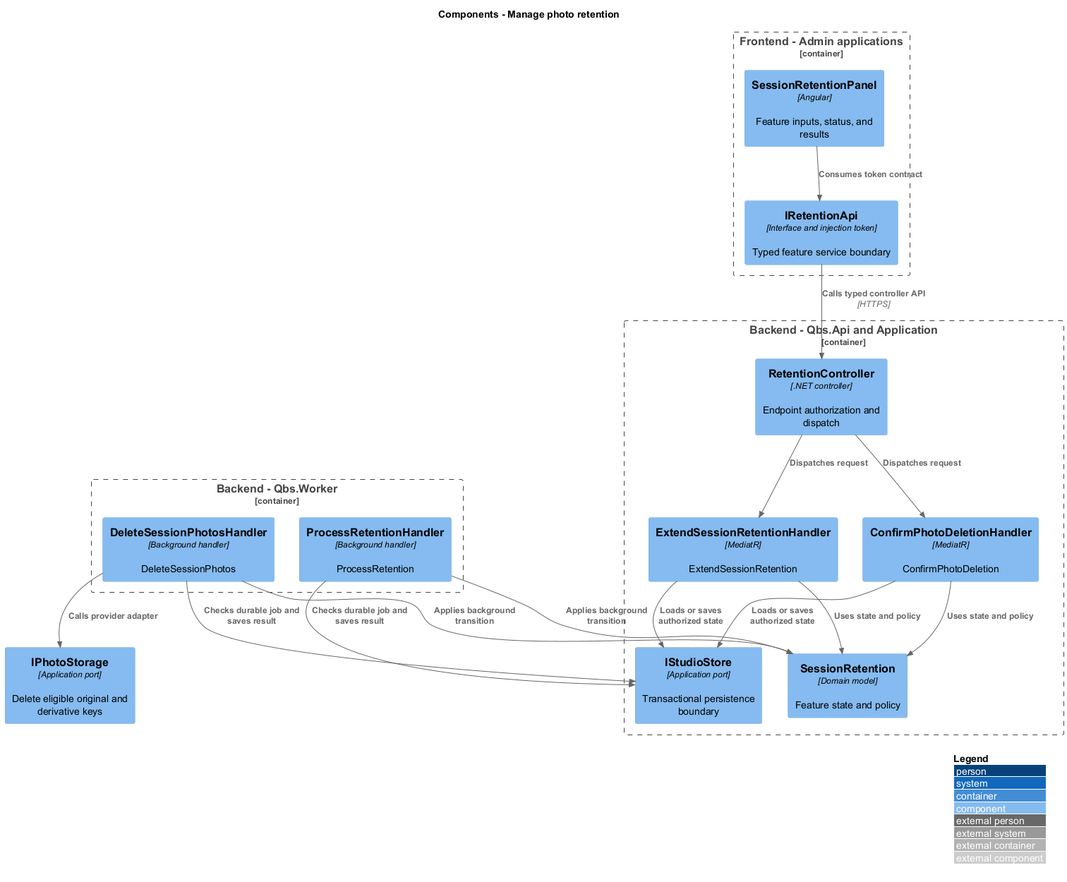
Before: docs/detailed-designs/session-photos/manage-photo-retention/diagrams/c4-component.png, a diagram exported from PlantUML (QuinntyneBrown/quinntyne-brown-studio).
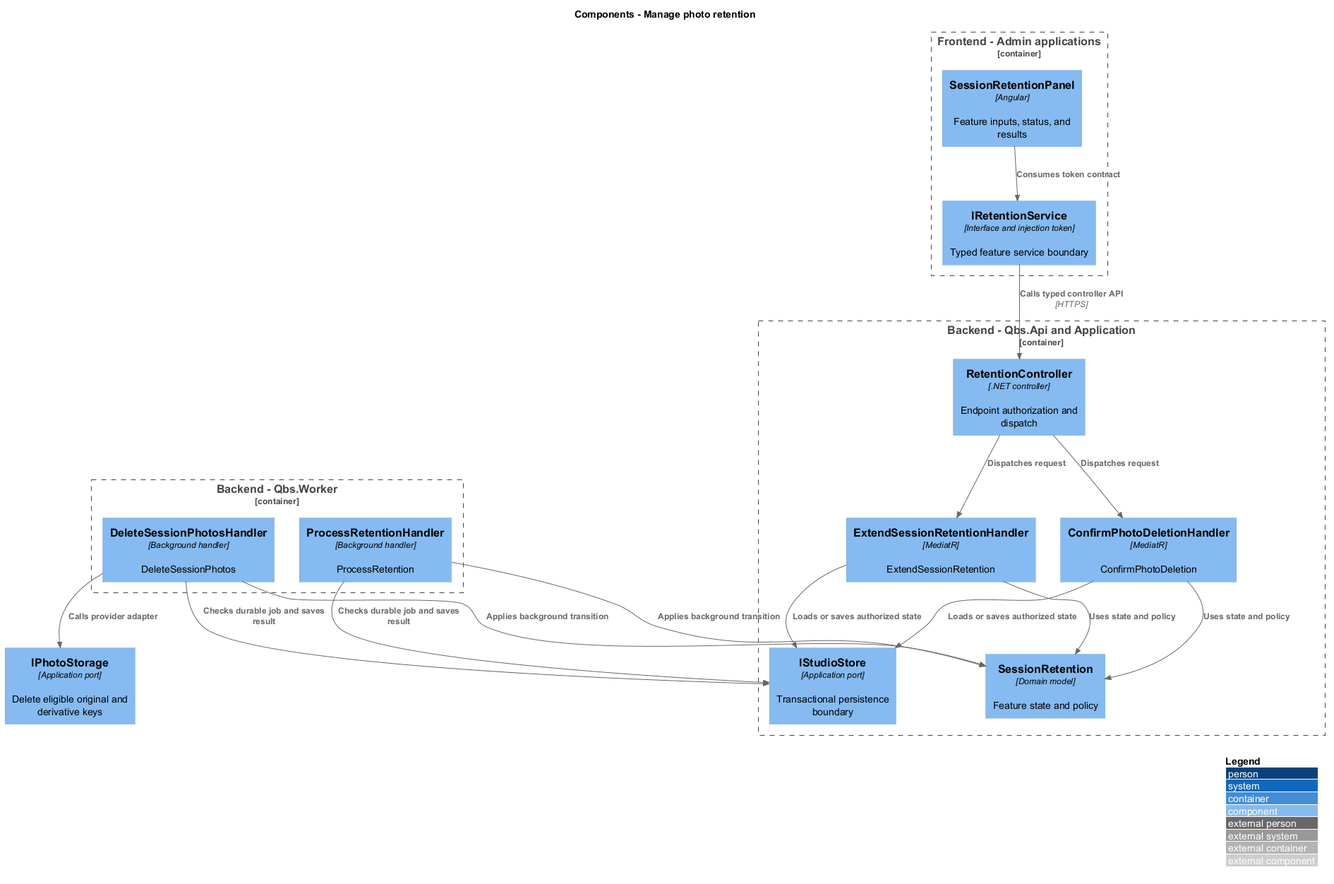
The same diagram one commit later.

Diff of the diagram source:
```diff
@@ -4,7 +4,7 @@
 title Components - Manage photo retention
 Container_Boundary(frontend, "Frontend - Admin applications") {
  Component(page, "SessionRetentionPanel", "Angular", "Feature inputs, status, and results")
- Component(client, "IRetentionApi", "Interface and injection token", "Typed feature service boundary")
+ Component(client, "IRetentionService", "Interface and injection token", "Typed feature service boundary")
 }
 Container_Boundary(api, "Backend - Qbs.Api and Application") {
  Component(ctrl, "RetentionController", ".NET controller", "Endpoint authorization and dispatch")
```
